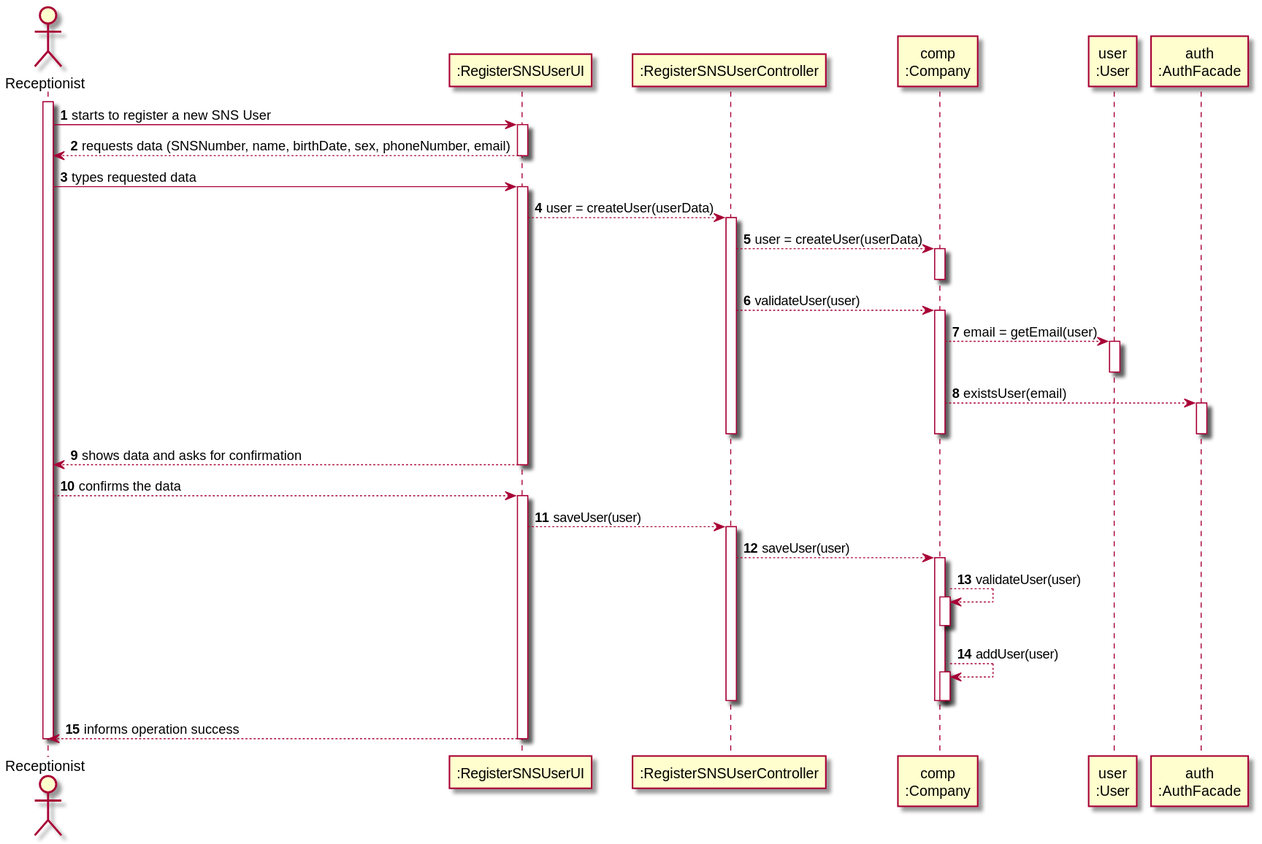
miseEnPlace-i/lapr2 keeps this PlantUML diagram as docs/SprintB/US03/SD/US03_SD.svg. Above is the earlier version.
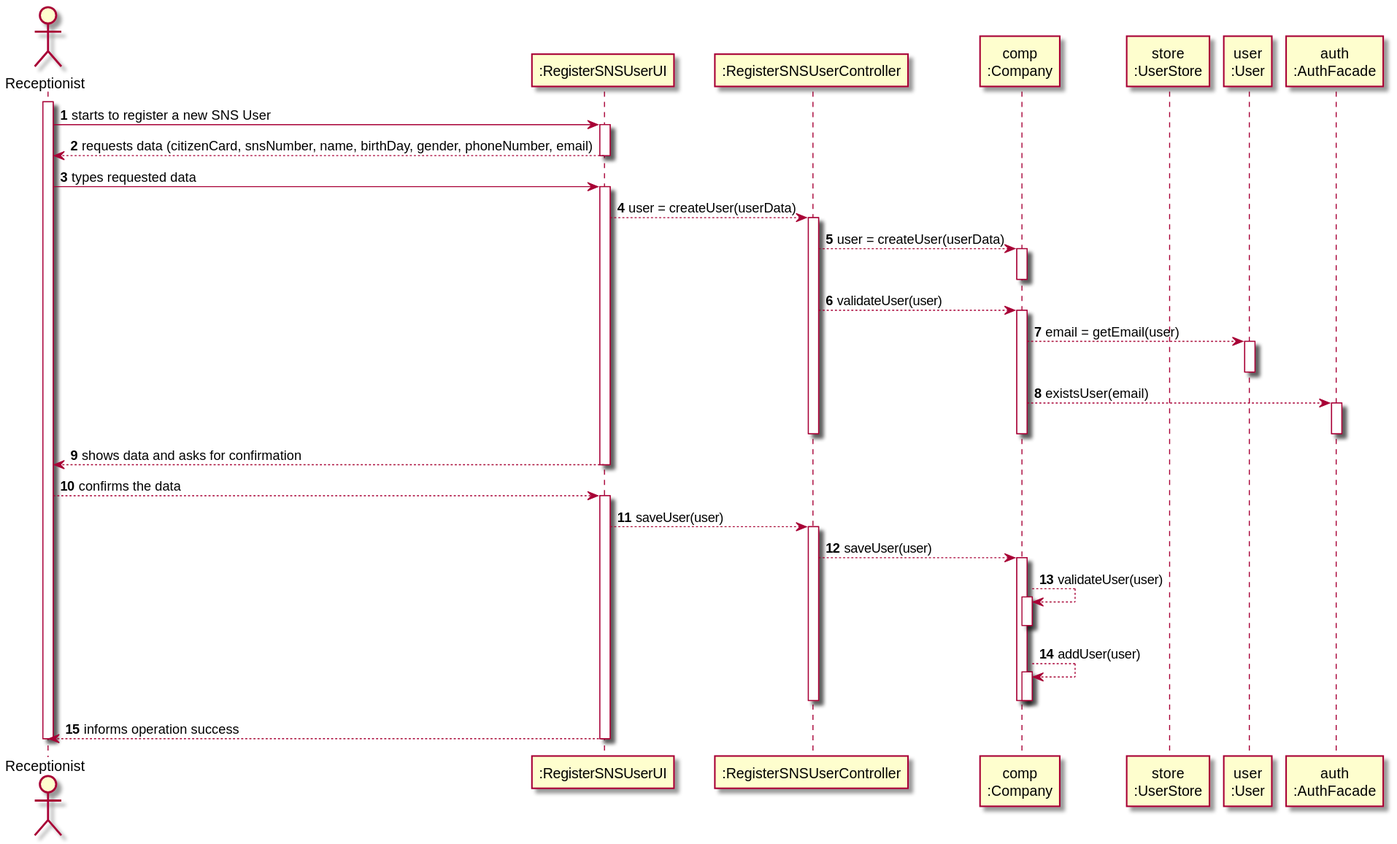
After the commit.

Diff of the diagram source:
```diff
@@ -5,13 +5,14 @@
 participant ":RegisterSNSUserUI" as UI
 participant ":RegisterSNSUserController" as CTRL
 participant "comp\n:Company" as COMP
+participant "store\n:UserStore" as STORE
 participant "user\n:User" as USER
 participant "auth\n:AuthFacade" as AUTH
 
 activate RECEPT
 RECEPT -> UI : starts to register a new SNS User
 activate UI
-UI --> RECEPT : requests data (SNSNumber, name, birthDate, sex, phoneNumber, email)
+UI --> RECEPT : requests data (citizenCard, snsNumber, name, birthDay, gender, phoneNumber, email)
 deactivate UI
 
 RECEPT -> UI : types requested data
```
